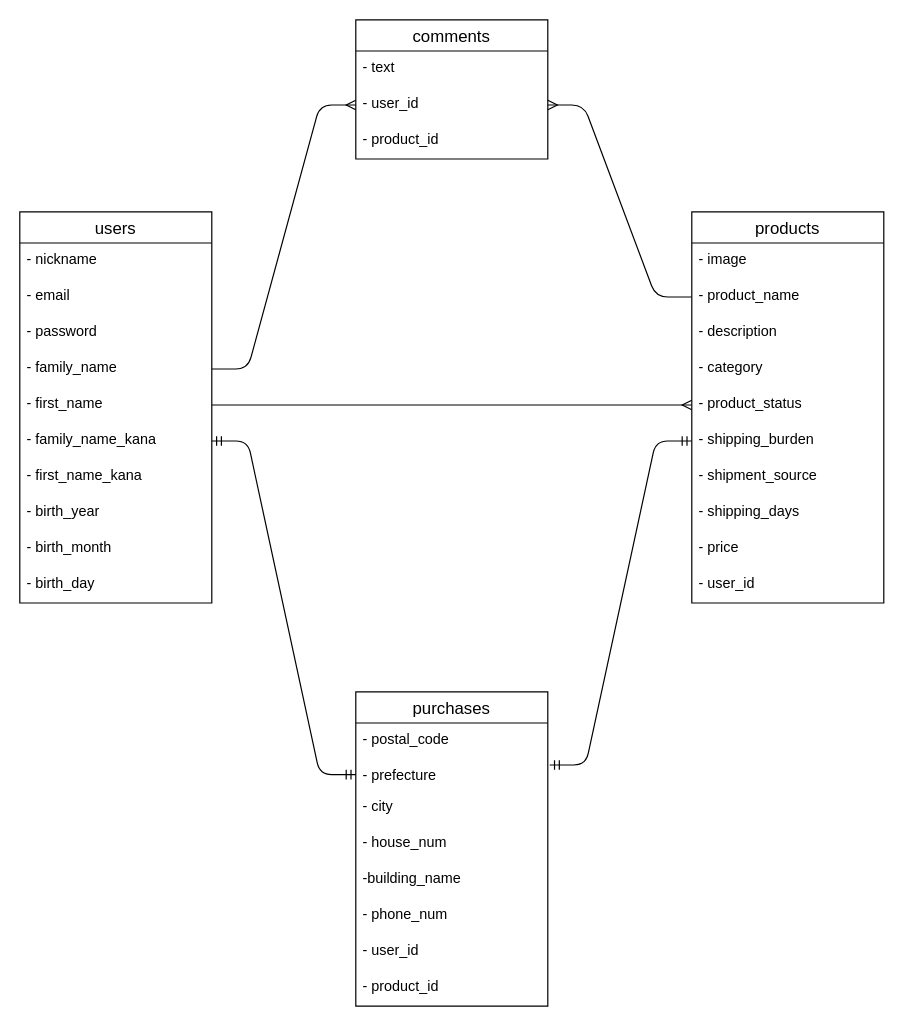
mm-sugar/furima-31940 keeps this draw.io diagram as db.dio. Above is the earlier version. Source tidied: cells renumbered, new cells numbered last; positions are measured from the earlier drawing's top-left corner, leaving out a move shared by most shapes. Both pictures are drawn from the tidied source at 120%, with x=0, y=0 at pixel (19, 19).
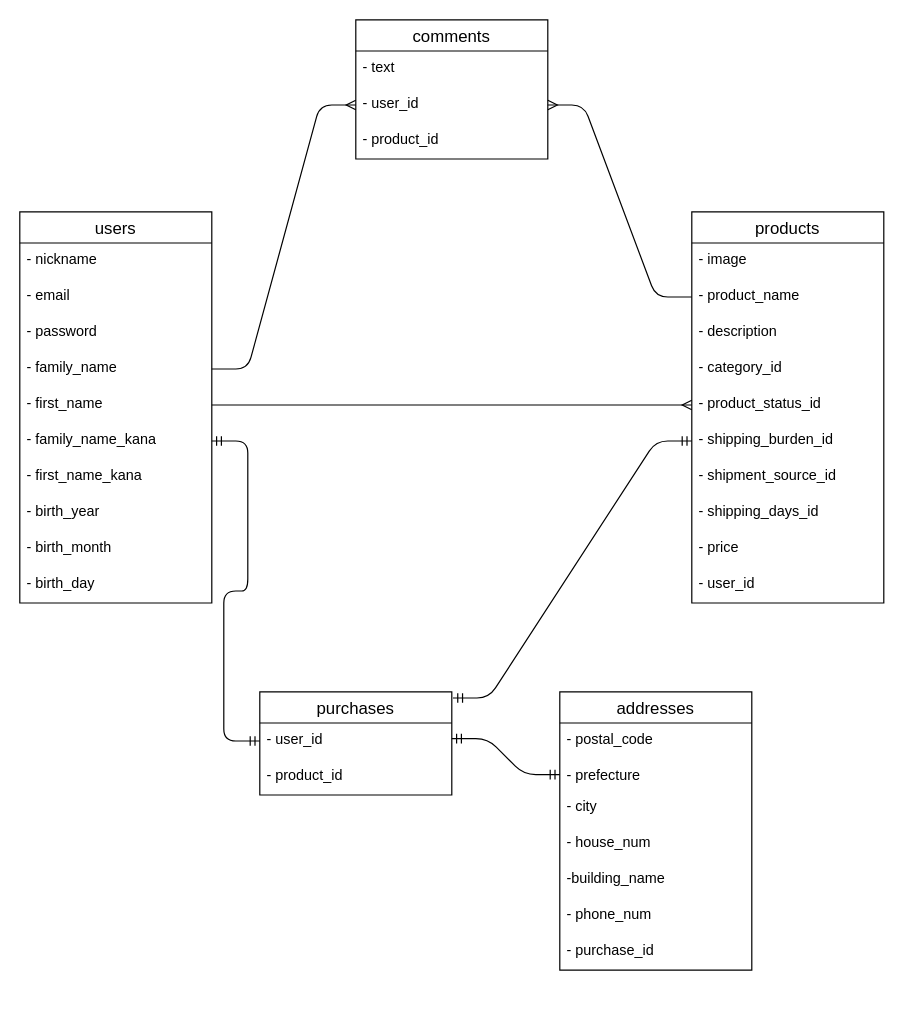
After the change.

Commit message (it also covers changes not shown here):
purchasesテーブル修正とaddressesテーブルの追加

Unchanged cells that the change refers to:
```xml
<mxCell id="7" value="- first_name" style="text;strokeColor=none;fillColor=none;spacingLeft=4;spacingRight=4;overflow=hidden;points=[[0,0.5],[1,0.5]];portConstraint=eastwest;fontSize=12;" parent="2" vertex="1">
  <mxGeometry y="146" width="160" height="30" as="geometry" />
</mxCell>
<mxCell id="8" value="- family_name_kana" style="text;strokeColor=none;fillColor=none;spacingLeft=4;spacingRight=4;overflow=hidden;points=[[0,0.5],[1,0.5]];portConstraint=eastwest;fontSize=12;" parent="2" vertex="1">
  <mxGeometry y="176" width="160" height="30" as="geometry" />
</mxCell>
<mxCell id="13" value="products" style="swimlane;fontStyle=0;horizontal=1;startSize=26;align=center;fontSize=14;" parent="1" vertex="1">
  <mxGeometry x="560" y="160" width="160" height="326" as="geometry" />
</mxCell>
```

Change to the diagram source:
```diff
@@
-    <mxCell id="17" value="- category" style="text;strokeColor=none;fillColor=none;spacingLeft=4;spacingRight=4;overflow=hidden;fontSize=12;" parent="13" vertex="1">
+    <mxCell id="17" value="- category_id" style="text;strokeColor=none;fillColor=none;spacingLeft=4;spacingRight=4;overflow=hidden;fontSize=12;" parent="13" vertex="1">
       <mxGeometry y="116" width="160" height="30" as="geometry" />
     </mxCell>
-    <mxCell id="18" value="- product_status" style="text;strokeColor=none;fillColor=none;spacingLeft=4;spacingRight=4;overflow=hidden;points=[[0,0.5],[1,0.5]];portConstraint=eastwest;fontSize=12;" parent="13" vertex="1">
+    <mxCell id="18" value="- product_status_id" style="text;strokeColor=none;fillColor=none;spacingLeft=4;spacingRight=4;overflow=hidden;points=[[0,0.5],[1,0.5]];portConstraint=eastwest;fontSize=12;" parent="13" vertex="1">
       <mxGeometry y="146" width="160" height="30" as="geometry" />
     </mxCell>
-    <mxCell id="19" value="- shipping_burden" style="text;strokeColor=none;fillColor=none;spacingLeft=4;spacingRight=4;overflow=hidden;points=[[0,0.5],[1,0.5]];portConstraint=eastwest;fontSize=12;" parent="13" vertex="1">
+    <mxCell id="19" value="- shipping_burden_id" style="text;strokeColor=none;fillColor=none;spacingLeft=4;spacingRight=4;overflow=hidden;points=[[0,0.5],[1,0.5]];portConstraint=eastwest;fontSize=12;" parent="13" vertex="1">
       <mxGeometry y="176" width="160" height="30" as="geometry" />
     </mxCell>
-    <mxCell id="20" value="- shipment_source" style="text;strokeColor=none;fillColor=none;spacingLeft=4;spacingRight=4;overflow=hidden;fontSize=12;" parent="13" vertex="1">
+    <mxCell id="20" value="- shipment_source_id" style="text;strokeColor=none;fillColor=none;spacingLeft=4;spacingRight=4;overflow=hidden;fontSize=12;" parent="13" vertex="1">
       <mxGeometry y="206" width="160" height="30" as="geometry" />
     </mxCell>
-    <mxCell id="21" value="- shipping_days" style="text;strokeColor=none;fillColor=none;spacingLeft=4;spacingRight=4;overflow=hidden;fontSize=12;" parent="13" vertex="1">
+    <mxCell id="21" value="- shipping_days_id" style="text;strokeColor=none;fillColor=none;spacingLeft=4;spacingRight=4;overflow=hidden;fontSize=12;" parent="13" vertex="1">
       <mxGeometry y="236" width="160" height="30" as="geometry" />
     </mxCell>
@@
     <mxCell id="30" value="purchases" style="swimlane;fontStyle=0;horizontal=1;startSize=26;align=center;fontSize=14;" parent="1" vertex="1">
-      <mxGeometry x="280" y="560" width="160" height="262" as="geometry" />
+      <mxGeometry x="200" y="560" width="160" height="86" as="geometry" />
     </mxCell>
+    <mxCell id="37" value="- user_id" style="text;strokeColor=none;fillColor=none;spacingLeft=4;spacingRight=4;overflow=hidden;points=[[0,0.5],[1,0.5]];portConstraint=eastwest;fontSize=12;" parent="30" vertex="1">
+      <mxGeometry y="26" width="160" height="30" as="geometry" />
+    </mxCell>
+    <mxCell id="38" value="- product_id" style="text;strokeColor=none;fillColor=none;spacingLeft=4;spacingRight=4;overflow=hidden;fontSize=12;" parent="30" vertex="1">
+      <mxGeometry y="56" width="160" height="30" as="geometry" />
+    </mxCell>
+    <mxCell id="39" style="edgeStyle=entityRelationEdgeStyle;fontSize=12;html=1;endArrow=ERmany;exitX=1;exitY=0.5;exitDx=0;exitDy=0;entryX=0;entryY=0.5;entryDx=0;entryDy=0;" parent="1" edge="1" source="7" target="18">
+      <mxGeometry relative="1" as="geometry" />
+    </mxCell>
+    <mxCell id="40" style="edgeStyle=entityRelationEdgeStyle;fontSize=12;html=1;endArrow=ERmandOne;startArrow=ERmandOne;entryX=0;entryY=0.5;entryDx=0;entryDy=0;exitX=1.006;exitY=0.06;exitDx=0;exitDy=0;exitPerimeter=0;" parent="1" edge="1" source="30" target="19">
+      <mxGeometry relative="1" as="geometry" />
+    </mxCell>
+    <mxCell id="41" style="edgeStyle=entityRelationEdgeStyle;fontSize=12;html=1;endArrow=ERmandOne;startArrow=ERmandOne;entryX=1;entryY=0.5;entryDx=0;entryDy=0;exitX=0;exitY=0.5;exitDx=0;exitDy=0;" parent="1" edge="1" source="37" target="8">
+      <mxGeometry relative="1" as="geometry" />
+    </mxCell>
+    <mxCell id="42" value="addresses" style="swimlane;fontStyle=0;horizontal=1;startSize=26;align=center;fontSize=14;" parent="1" vertex="1">
+      <mxGeometry x="450" y="560" width="160" height="232" as="geometry" />
+    </mxCell>
-    <mxCell id="31" value="- postal_code" style="text;strokeColor=none;fillColor=none;spacingLeft=4;spacingRight=4;overflow=hidden;fontSize=12;" parent="30" vertex="1">
+    <mxCell id="31" value="- postal_code" style="text;strokeColor=none;fillColor=none;spacingLeft=4;spacingRight=4;overflow=hidden;fontSize=12;" parent="42" vertex="1">
       <mxGeometry y="26" width="160" height="30" as="geometry" />
     </mxCell>
-    <mxCell id="32" value="- prefecture" style="text;strokeColor=none;fillColor=none;spacingLeft=4;spacingRight=4;overflow=hidden;points=[[0,0.5],[1,0.5]];portConstraint=eastwest;fontSize=12;" parent="30" vertex="1">
+    <mxCell id="32" value="- prefecture" style="text;strokeColor=none;fillColor=none;spacingLeft=4;spacingRight=4;overflow=hidden;points=[[0,0.5],[1,0.5]];portConstraint=eastwest;fontSize=12;" parent="42" vertex="1">
       <mxGeometry y="56" width="160" height="26" as="geometry" />
     </mxCell>
-    <mxCell id="33" value="- city" style="text;strokeColor=none;fillColor=none;spacingLeft=4;spacingRight=4;overflow=hidden;fontSize=12;" parent="30" vertex="1">
+    <mxCell id="33" value="- city" style="text;strokeColor=none;fillColor=none;spacingLeft=4;spacingRight=4;overflow=hidden;fontSize=12;" parent="42" vertex="1">
       <mxGeometry y="82" width="160" height="30" as="geometry" />
     </mxCell>
-    <mxCell id="34" value="- house_num" style="text;strokeColor=none;fillColor=none;spacingLeft=4;spacingRight=4;overflow=hidden;fontSize=12;" parent="30" vertex="1">
+    <mxCell id="34" value="- house_num" style="text;strokeColor=none;fillColor=none;spacingLeft=4;spacingRight=4;overflow=hidden;fontSize=12;" parent="42" vertex="1">
       <mxGeometry y="112" width="160" height="30" as="geometry" />
     </mxCell>
-    <mxCell id="35" value="-building_name" style="text;strokeColor=none;fillColor=none;spacingLeft=4;spacingRight=4;overflow=hidden;fontSize=12;" parent="30" vertex="1">
+    <mxCell id="35" value="-building_name" style="text;strokeColor=none;fillColor=none;spacingLeft=4;spacingRight=4;overflow=hidden;fontSize=12;" parent="42" vertex="1">
       <mxGeometry y="142" width="160" height="30" as="geometry" />
     </mxCell>
-    <mxCell id="36" value="- phone_num" style="text;strokeColor=none;fillColor=none;spacingLeft=4;spacingRight=4;overflow=hidden;fontSize=12;" parent="30" vertex="1">
+    <mxCell id="36" value="- phone_num" style="text;strokeColor=none;fillColor=none;spacingLeft=4;spacingRight=4;overflow=hidden;fontSize=12;" parent="42" vertex="1">
       <mxGeometry y="172" width="160" height="30" as="geometry" />
     </mxCell>
-    <mxCell id="37" value="- user_id" style="text;strokeColor=none;fillColor=none;spacingLeft=4;spacingRight=4;overflow=hidden;points=[[0,0.5],[1,0.5]];portConstraint=eastwest;fontSize=12;" parent="30" vertex="1">
-      <mxGeometry y="202" width="160" height="30" as="geometry" />
-    </mxCell>
-    <mxCell id="38" value="- product_id" style="text;strokeColor=none;fillColor=none;spacingLeft=4;spacingRight=4;overflow=hidden;fontSize=12;" parent="30" vertex="1">
-      <mxGeometry y="232" width="160" height="30" as="geometry" />
-    </mxCell>
-    <mxCell id="39" style="edgeStyle=entityRelationEdgeStyle;fontSize=12;html=1;endArrow=ERmany;exitX=1;exitY=0.5;exitDx=0;exitDy=0;entryX=0;entryY=0.5;entryDx=0;entryDy=0;" parent="1" edge="1" source="7" target="18">
-      <mxGeometry relative="1" as="geometry" />
-    </mxCell>
-    <mxCell id="40" style="edgeStyle=entityRelationEdgeStyle;fontSize=12;html=1;endArrow=ERmandOne;startArrow=ERmandOne;entryX=0;entryY=0.5;entryDx=0;entryDy=0;exitX=1.01;exitY=0.192;exitDx=0;exitDy=0;exitPerimeter=0;" parent="1" edge="1" source="32" target="19">
-      <mxGeometry relative="1" as="geometry" />
-    </mxCell>
-    <mxCell id="41" style="edgeStyle=entityRelationEdgeStyle;fontSize=12;html=1;endArrow=ERmandOne;startArrow=ERmandOne;entryX=1;entryY=0.5;entryDx=0;entryDy=0;exitX=0;exitY=0.5;exitDx=0;exitDy=0;" parent="1" edge="1" source="32" target="8">
-      <mxGeometry relative="1" as="geometry" />
-    </mxCell>
+    <mxCell id="43" value="- purchase_id" style="text;strokeColor=none;fillColor=none;spacingLeft=4;spacingRight=4;overflow=hidden;fontSize=12;" parent="42" vertex="1">
+      <mxGeometry y="202" width="160" height="30" as="geometry" />
+    </mxCell>
+    <mxCell id="44" style="edgeStyle=entityRelationEdgeStyle;fontSize=12;html=1;endArrow=ERmandOne;startArrow=ERmandOne;exitX=1;exitY=0.5;exitDx=0;exitDy=0;entryX=0;entryY=0.5;entryDx=0;entryDy=0;" parent="1" edge="1" target="32">
+      <mxGeometry relative="1" as="geometry">
+        <mxPoint x="360" y="599" as="sourcePoint" />
+      </mxGeometry>
+    </mxCell>
```
